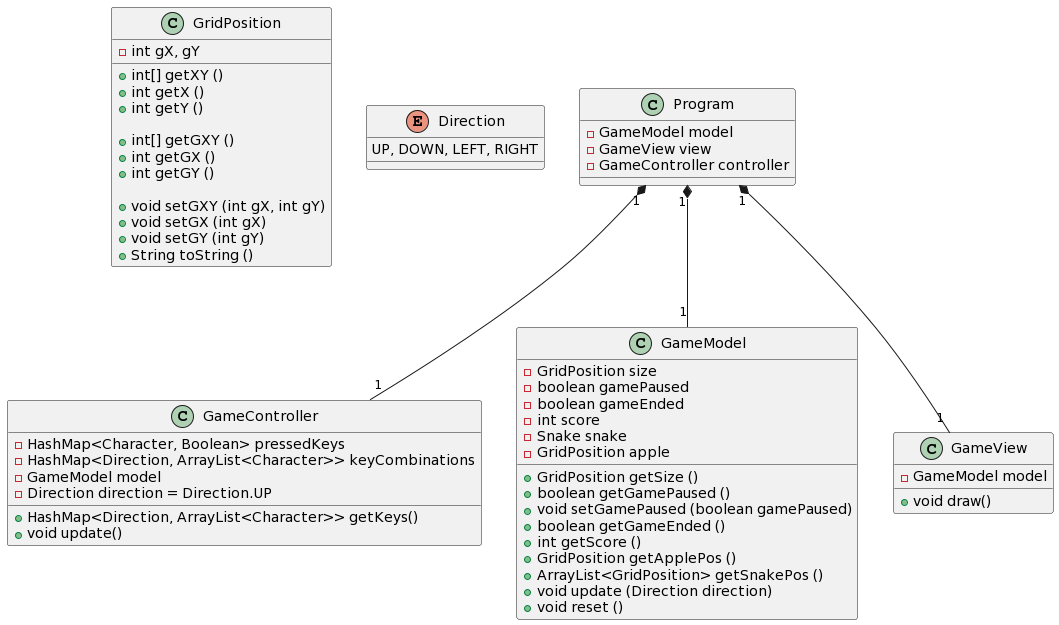
Earlier version of the PlantUML export class_diagram/diagram.png (UoB-COMSM0110/2023-group-5).
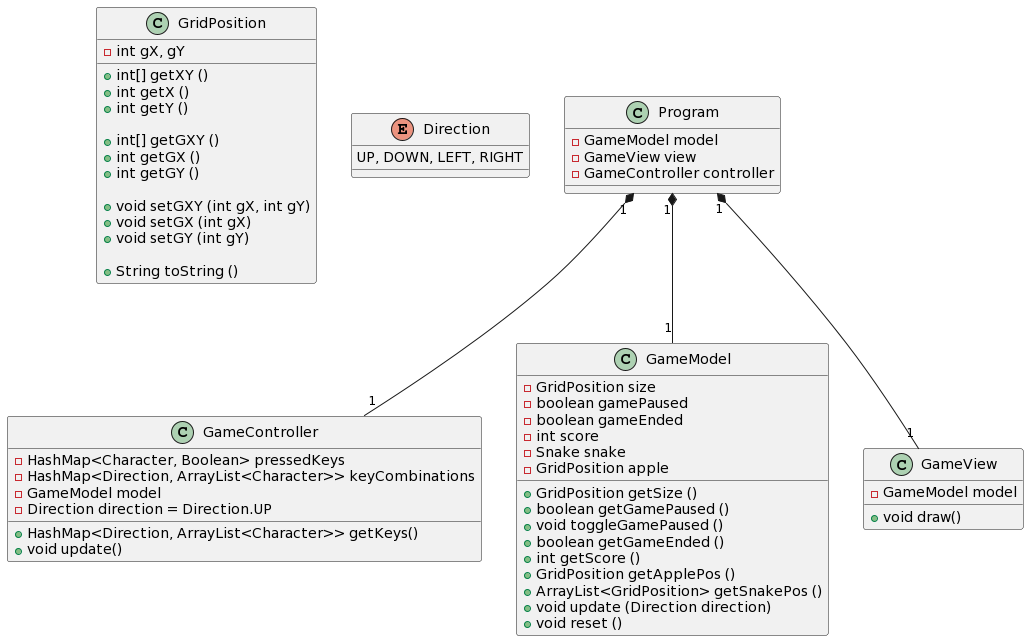
After the commit.

Commit message:
updated class diagram

What changed in the source:
```diff
@@ -14,6 +14,7 @@
 +void setGXY (int gX, int gY)
 +void setGX (int gX)
 +void setGY (int gY)
+
 +String toString ()
 }
 
@@ -51,7 +52,7 @@
 
 +GridPosition getSize ()
 +boolean getGamePaused ()
-+void setGamePaused (boolean gamePaused)
++void toggleGamePaused ()
 +boolean getGameEnded ()
 +int getScore ()
 +GridPosition getApplePos ()
```
